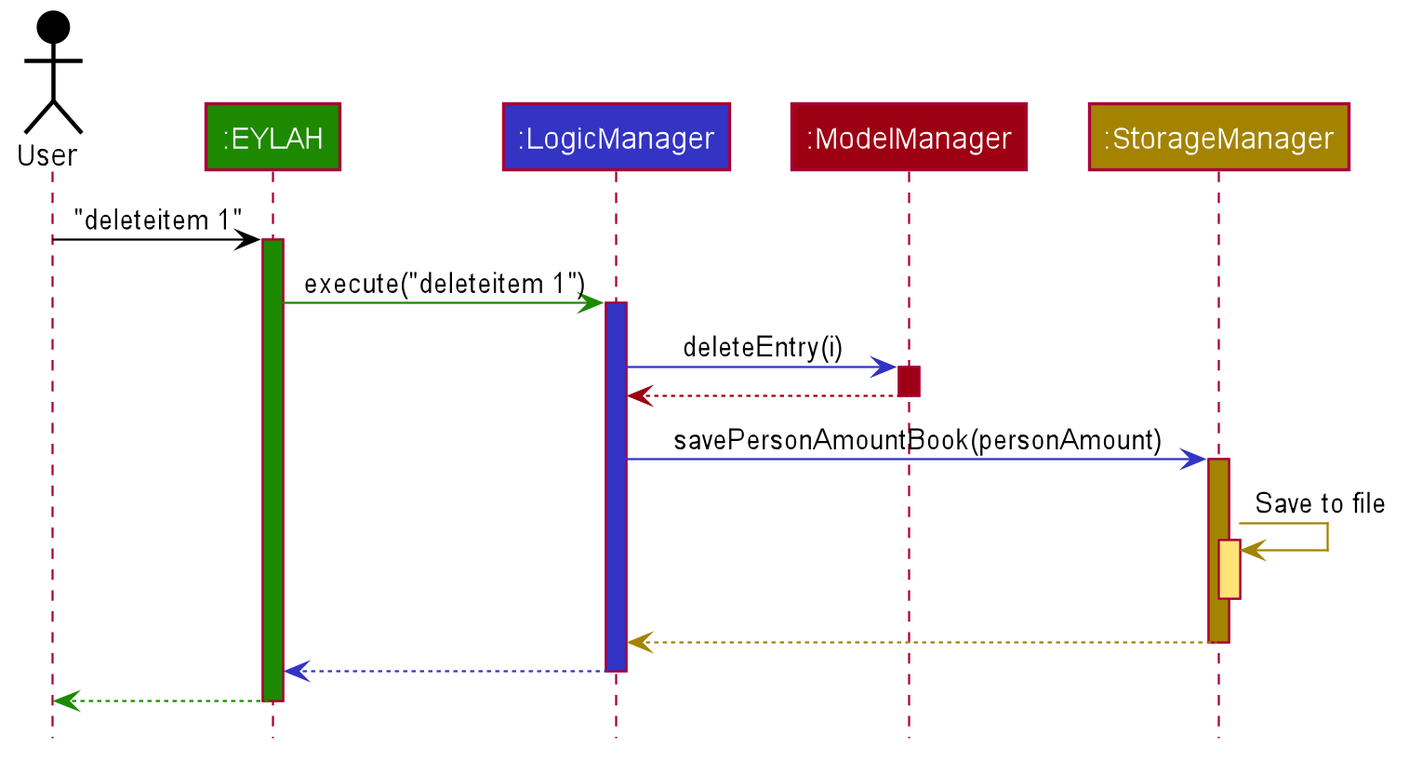
Before: docs/images/ExpenseSplitterDeleteItemCommandSequenceDiagram.png, a diagram exported from PlantUML (nus-cs2103-AY1920S2/addressbook-level3).
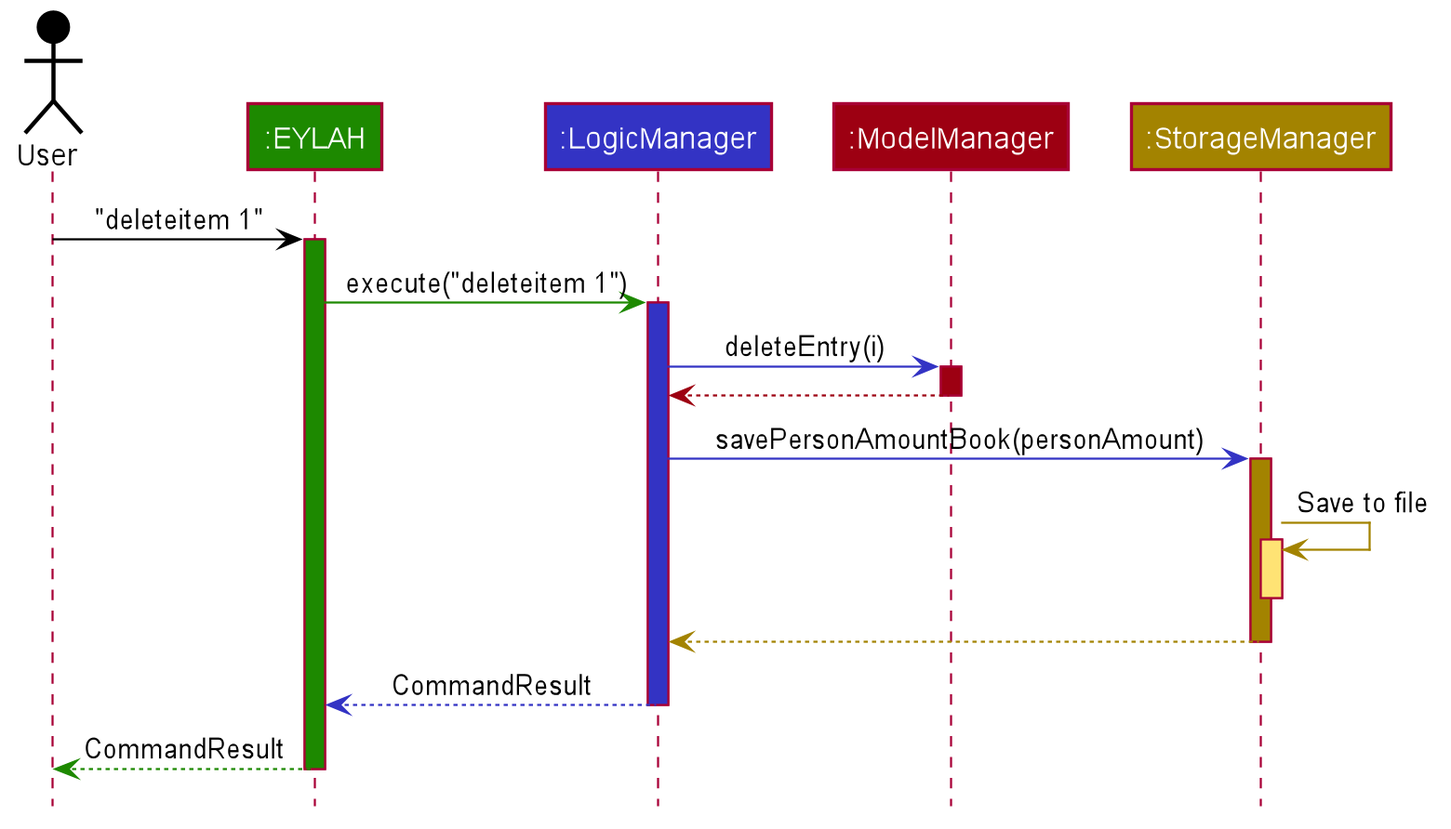
The same diagram one commit later.

The edit, as a diff of the source:
```diff
@@ -76,9 +76,9 @@
 storage --[#A38300]> logic
 deactivate storage
 
-logic --[#3333C4]> ui
+logic --[#3333C4]> ui : CommandResult
 deactivate logic
 
-ui--[#1D8900]> user
+ui--[#1D8900]> user : CommandResult
 deactivate ui
 @enduml
```
